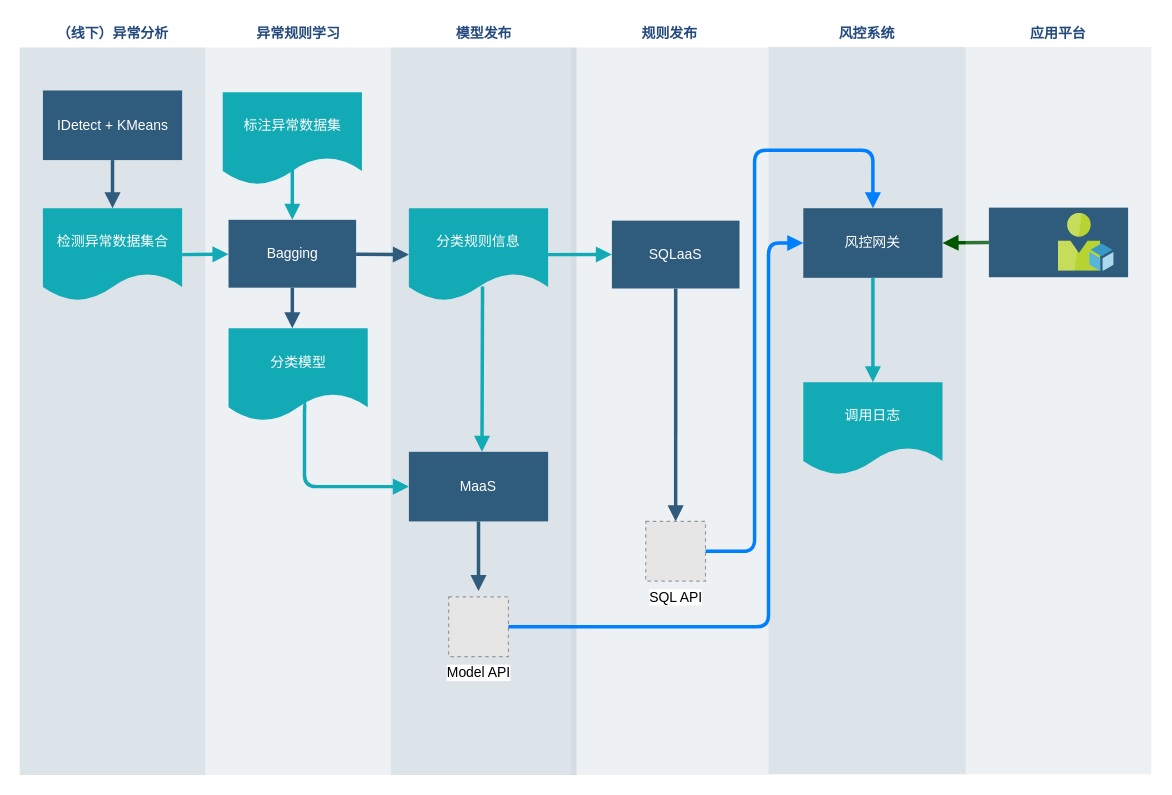
Above: 线上风控.drawio in DeeeFOX/webcrawler (draw.io), before the change. Source tidied: cells renumbered, new cells numbered last; positions are measured from the earlier drawing's top-left corner, leaving out a move shared by most shapes. Both pictures are drawn from the tidied source at 116%, with x=0, y=0 at pixel (19, 20). Pictures stored in the file or linked from it are replaced by grey dashed boxes.
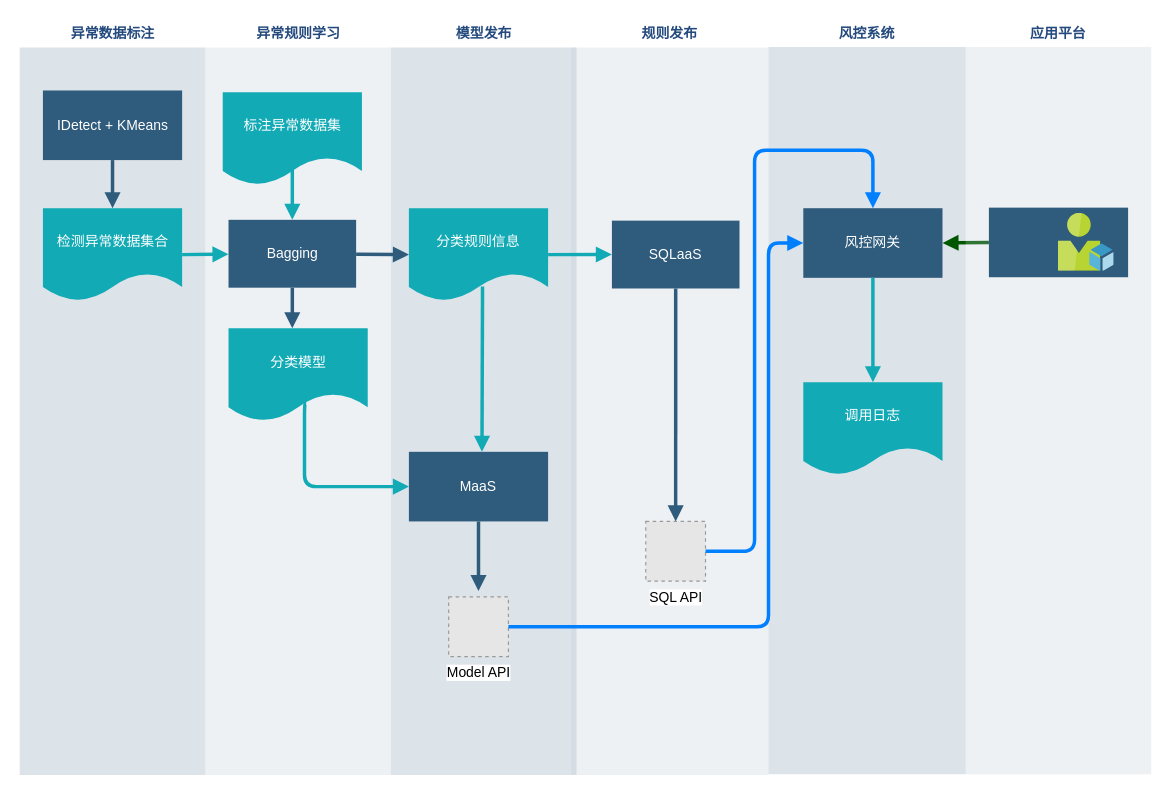
The same diagram, later.

Commit message (it also covers changes not shown here):
更新线上风控.drawio

What changed in the source:
```diff
@@
-    <mxCell id="2" value="&lt;font color=&quot;#23497d&quot;&gt;（线下）异常分析&lt;/font&gt;" style="swimlane;whiteSpace=wrap;fillColor=none;swimlaneFillColor=#BAC8D3;fontColor=#2F5B7C;fontFamily=Tahoma;html=1;strokeColor=none;opacity=50;" parent="1" vertex="1">
+    <mxCell id="2" value="&lt;font color=&quot;#23497d&quot;&gt;异常数据标注&lt;/font&gt;" style="swimlane;whiteSpace=wrap;fillColor=none;swimlaneFillColor=#BAC8D3;fontColor=#2F5B7C;fontFamily=Tahoma;html=1;strokeColor=none;opacity=50;" parent="1" vertex="1">
       <mxGeometry x="0.5" y="0.5" width="160" height="650" as="geometry" />
     </mxCell>
```
